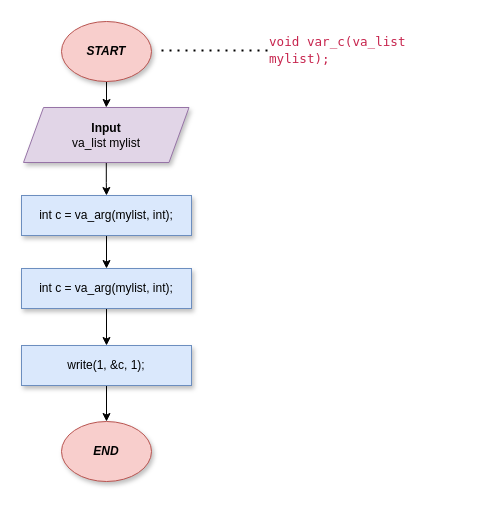
Amandine4731/holbertonschool-printf keeps this draw.io diagram as page "var_c" (2 of 4) of Diagramme sans nom.drawio. Above is the earlier version. Source tidied: cells renumbered, new cells numbered last; positions are measured from the earlier drawing's top-left corner, leaving out a move shared by most shapes. Both pictures are drawn from the tidied source at 100%, with x=0, y=0 at pixel (21, 21).
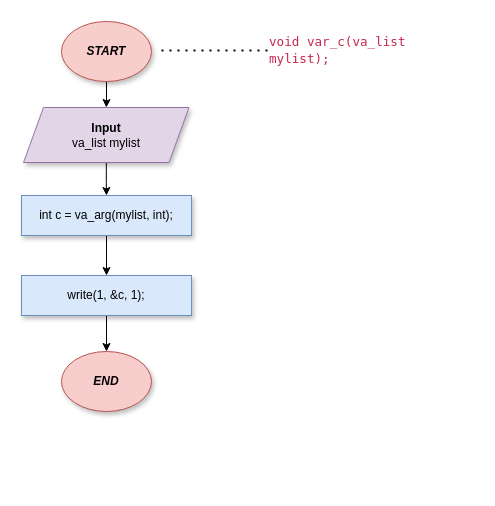
After the change.

Diff of the diagram source:
```diff
@@
 <mxGraphModel>
   <root>
     <mxCell id="0" />
     <mxCell id="1" parent="0" />
     <mxCell id="2" style="edgeStyle=orthogonalEdgeStyle;rounded=0;jettySize=auto;html=1;entryX=0.5;entryY=0;entryDx=0;entryDy=0;" parent="1" edge="1" source="3" target="9">
       <mxGeometry relative="1" as="geometry" />
     </mxCell>
     <mxCell id="3" value="&lt;b&gt;&lt;i&gt;START&lt;/i&gt;&lt;/b&gt;" style="ellipse;whiteSpace=wrap;html=1;shadow=1;fillColor=#f8cecc;strokeColor=#b85450;" parent="1" vertex="1">
       <mxGeometry x="40" width="90" height="60" as="geometry" />
     </mxCell>
     <mxCell id="4" style="endArrow=none;dashed=1;html=1;dashPattern=1 3;strokeWidth=2;rounded=0;" parent="1" edge="1">
       <mxGeometry relative="1" as="geometry">
         <mxPoint x="140" y="29" as="sourcePoint" />
         <mxPoint x="250" y="29" as="targetPoint" />
       </mxGeometry>
     </mxCell>
     <mxCell id="5" value="&lt;div style=&quot;text-align: left;&quot;&gt;&lt;span style=&quot;background-color: initial; font-size: 12.6px;&quot;&gt;&lt;font face=&quot;Menlo, Monaco, Consolas, Courier New, monospace&quot; color=&quot;#c7254e&quot;&gt;void var_c(va_list mylist);&lt;/font&gt;&lt;/span&gt;&lt;/div&gt;" style="text;html=1;strokeColor=none;fillColor=none;align=center;verticalAlign=middle;whiteSpace=wrap;rounded=0;shadow=1;strokeWidth=1;" parent="1" vertex="1">
       <mxGeometry x="247" y="14" width="203" height="30" as="geometry" />
     </mxCell>
-    <mxCell id="6" style="edgeStyle=orthogonalEdgeStyle;rounded=0;jettySize=auto;html=1;entryX=0.5;entryY=0;entryDx=0;entryDy=0;" parent="1" edge="1" source="7" target="11">
-      <mxGeometry relative="1" as="geometry" />
-    </mxCell>
+    <mxCell id="15" style="edgeStyle=orthogonalEdgeStyle;rounded=0;jettySize=auto;html=1;" parent="1" edge="1" source="7" target="13">
+      <mxGeometry relative="1" as="geometry" />
+    </mxCell>
     <mxCell id="7" value="int c = va_arg(mylist, int);" style="rounded=0;whiteSpace=wrap;html=1;shadow=1;strokeWidth=1;fillColor=#dae8fc;strokeColor=#6c8ebf;" parent="1" vertex="1">
       <mxGeometry y="174" width="170" height="40" as="geometry" />
     </mxCell>
     <mxCell id="8" style="edgeStyle=orthogonalEdgeStyle;rounded=0;jettySize=auto;html=1;" parent="1" edge="1" source="9" target="7">
       <mxGeometry relative="1" as="geometry" />
     </mxCell>
     <mxCell id="9" value="&lt;b&gt;Input&lt;/b&gt;&lt;br&gt;va_list mylist" style="shape=parallelogram;perimeter=parallelogramPerimeter;whiteSpace=wrap;html=1;fixedSize=1;shadow=1;strokeWidth=1;fillColor=#e1d5e7;strokeColor=#9673a6;" parent="1" vertex="1">
       <mxGeometry x="2" y="86" width="165.5" height="55" as="geometry" />
     </mxCell>
-    <mxCell id="10" style="edgeStyle=orthogonalEdgeStyle;rounded=0;jettySize=auto;html=1;" parent="1" edge="1" source="11" target="13">
-      <mxGeometry relative="1" as="geometry" />
-    </mxCell>
-    <mxCell id="11" value="int c = va_arg(mylist, int);" style="rounded=0;whiteSpace=wrap;html=1;shadow=1;strokeWidth=1;fillColor=#dae8fc;strokeColor=#6c8ebf;" parent="1" vertex="1">
-      <mxGeometry y="247" width="170" height="40" as="geometry" />
-    </mxCell>
     <mxCell id="12" style="edgeStyle=orthogonalEdgeStyle;rounded=0;jettySize=auto;html=1;entryX=0.5;entryY=0;entryDx=0;entryDy=0;" parent="1" edge="1" source="13" target="14">
       <mxGeometry relative="1" as="geometry" />
     </mxCell>
     <mxCell id="13" value="write(1, &amp;amp;c, 1);" style="rounded=0;whiteSpace=wrap;html=1;shadow=1;strokeWidth=1;fillColor=#dae8fc;strokeColor=#6c8ebf;" parent="1" vertex="1">
-      <mxGeometry y="324" width="170" height="40" as="geometry" />
+      <mxGeometry y="254" width="170" height="40" as="geometry" />
     </mxCell>
     <mxCell id="14" value="&lt;b&gt;&lt;i&gt;END&lt;/i&gt;&lt;/b&gt;" style="ellipse;whiteSpace=wrap;html=1;shadow=1;fillColor=#f8cecc;strokeColor=#b85450;" parent="1" vertex="1">
-      <mxGeometry x="40" y="400" width="90" height="60" as="geometry" />
+      <mxGeometry x="40" y="330" width="90" height="60" as="geometry" />
     </mxCell>
   </root>
 </mxGraphModel>
```
